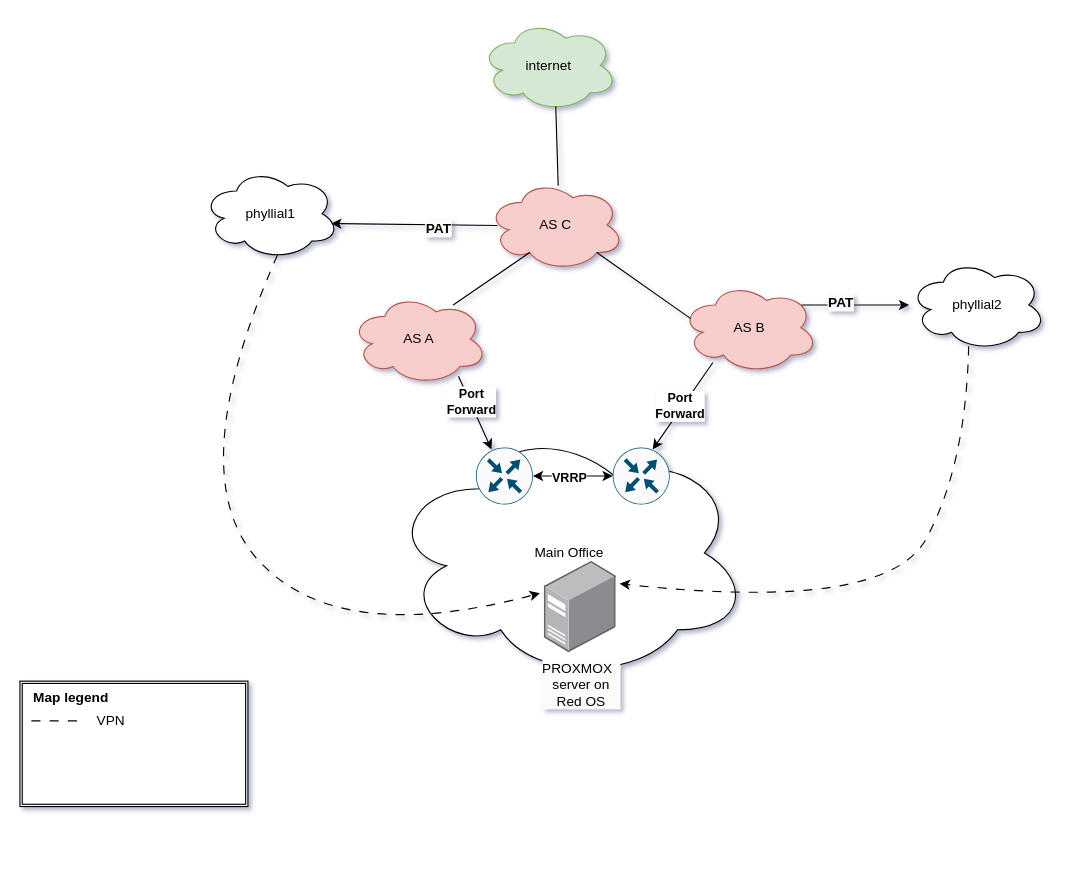
Vsevolod-Strokov/practic keeps this draw.io diagram as Предполагаемая схема.drawio. Above is the earlier version. Source tidied: cells renumbered, new cells numbered last; positions are measured from the earlier drawing's top-left corner, leaving out a move shared by most shapes. Both pictures are drawn from the tidied source at 114%, with x=0, y=0 at pixel (19, 19).
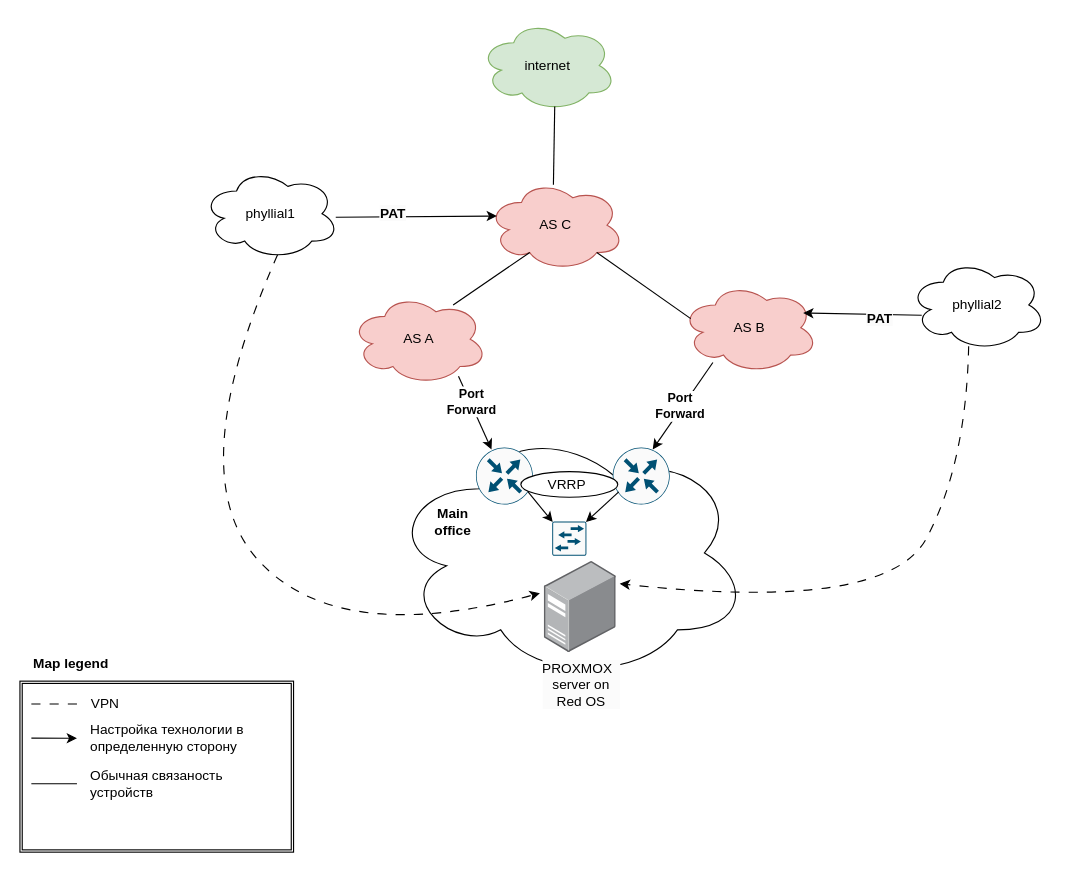
After the change.

The change refers to these unchanged cells:
```xml
<mxCell id="2" value="AS C" style="ellipse;shape=cloud;whiteSpace=wrap;html=1;fillColor=#f8cecc;strokeColor=#b85450;" parent="1" vertex="1">
  <mxGeometry x="410" y="140" width="120" height="80" as="geometry" />
</mxCell>
<mxCell id="4" value="AS B" style="ellipse;shape=cloud;whiteSpace=wrap;html=1;fillColor=#f8cecc;strokeColor=#b85450;" parent="1" vertex="1">
  <mxGeometry x="580" y="230" width="120" height="80" as="geometry" />
</mxCell>
<mxCell id="6" value="phyllial1" style="ellipse;shape=cloud;whiteSpace=wrap;html=1;" parent="1" vertex="1">
  <mxGeometry x="160" y="130" width="120" height="80" as="geometry" />
</mxCell>
<mxCell id="7" value="phyllial2" style="ellipse;shape=cloud;whiteSpace=wrap;html=1;" parent="1" vertex="1">
  <mxGeometry x="780" y="210" width="120" height="80" as="geometry" />
</mxCell>
<mxCell id="23" style="sketch=0;points=[[0.5,0,0],[1,0.5,0],[0.5,1,0],[0,0.5,0],[0.145,0.145,0],[0.8555,0.145,0],[0.855,0.8555,0],[0.145,0.855,0]];verticalLabelPosition=bottom;html=1;verticalAlign=top;align=center;shape=mxgraph.cisco19.rect;prIcon=router;fillColor=#FAFAFA;strokeColor=#005073;" parent="1" vertex="1">
  <mxGeometry x="400" y="375" width="50" height="50" as="geometry" />
</mxCell>
```

Diff of the diagram source:
```diff
@@
-<mxGraphModel shadow="1">
+<mxGraphModel>
@@
-    <mxCell id="5" value="Main Office" style="ellipse;shape=cloud;whiteSpace=wrap;html=1;" parent="1" vertex="1">
+    <mxCell id="5" style="ellipse;shape=cloud;whiteSpace=wrap;html=1;" parent="1" vertex="1">
       <mxGeometry x="323.7" y="355" width="316.3" height="225" as="geometry" />
     </mxCell>
@@
     <mxCell id="8" value="internet" style="ellipse;shape=cloud;whiteSpace=wrap;html=1;fillColor=#d5e8d4;strokeColor=#82b366;" parent="1" vertex="1">
-      <mxGeometry x="404" width="120" height="80" as="geometry" />
+      <mxGeometry x="403.1" width="120" height="80" as="geometry" />
     </mxCell>
@@
-    <mxCell id="14" style="endArrow=none;html=1;rounded=0;exitX=0.518;exitY=0.067;exitDx=0;exitDy=0;exitPerimeter=0;entryX=0.55;entryY=0.95;entryDx=0;entryDy=0;entryPerimeter=0;" parent="1" edge="1" source="2" target="8">
+    <mxCell id="14" style="endArrow=none;html=1;rounded=0;exitX=0.483;exitY=0.056;exitDx=0;exitDy=0;exitPerimeter=0;entryX=0.55;entryY=0.95;entryDx=0;entryDy=0;entryPerimeter=0;" parent="1" edge="1" source="2" target="8">
       <mxGeometry relative="1" as="geometry" />
     </mxCell>
-    <mxCell id="15" style="endArrow=classic;html=1;rounded=0;entryX=0.942;entryY=0.608;entryDx=0;entryDy=0;entryPerimeter=0;exitX=0.074;exitY=0.504;exitDx=0;exitDy=0;exitPerimeter=0;" parent="1" edge="1" source="2" target="6">
+    <mxCell id="15" style="endArrow=classic;html=1;rounded=0;exitX=0.975;exitY=0.538;exitDx=0;exitDy=0;exitPerimeter=0;entryX=0.07;entryY=0.4;entryDx=0;entryDy=0;entryPerimeter=0;" parent="1" edge="1" source="6" target="2">
       <mxGeometry relative="1" as="geometry" />
     </mxCell>
@@
-    <mxCell id="17" style="endArrow=classic;html=1;rounded=0;exitX=0.88;exitY=0.25;exitDx=0;exitDy=0;exitPerimeter=0;fontStyle=1;" parent="1" edge="1" source="4" target="7">
+    <mxCell id="17" style="endArrow=classic;html=1;rounded=0;exitX=0.092;exitY=0.613;exitDx=0;exitDy=0;exitPerimeter=0;fontStyle=1;entryX=0.892;entryY=0.338;entryDx=0;entryDy=0;entryPerimeter=0;" parent="1" edge="1" source="7" target="4">
       <mxGeometry relative="1" as="geometry" />
     </mxCell>
@@
     <mxCell id="19" style="shape=ext;double=1;rounded=0;whiteSpace=wrap;html=1;" parent="1" vertex="1">
-      <mxGeometry y="580" width="200" height="110" as="geometry" />
+      <mxGeometry y="580" width="240" height="150" as="geometry" />
     </mxCell>
     <mxCell id="20" value="&lt;b&gt;Map legend&lt;/b&gt;" style="text;html=1;align=center;verticalAlign=middle;whiteSpace=wrap;rounded=0;" parent="1" vertex="1">
-      <mxGeometry y="580" width="90" height="30" as="geometry" />
+      <mxGeometry y="550" width="90" height="30" as="geometry" />
     </mxCell>
     <mxCell id="21" style="endArrow=none;html=1;rounded=0;dashed=1;dashPattern=8 8;" parent="1" edge="1">
       <mxGeometry relative="1" as="geometry">
-        <mxPoint x="10" y="614.9" as="sourcePoint" />
-        <mxPoint x="50" y="614.9" as="targetPoint" />
+        <mxPoint x="10" y="600" as="sourcePoint" />
+        <mxPoint x="50" y="600" as="targetPoint" />
       </mxGeometry>
     </mxCell>
     <mxCell id="22" value="VPN" style="text;html=1;align=center;verticalAlign=middle;whiteSpace=wrap;rounded=0;" parent="1" vertex="1">
-      <mxGeometry x="50" y="600" width="60" height="30" as="geometry" />
+      <mxGeometry x="60" y="590" width="30" height="20" as="geometry" />
     </mxCell>
@@
-    <mxCell id="24" style="sketch=0;points=[[0.5,0,0],[1,0.5,0],[0.5,1,0],[0,0.5,0],[0.145,0.145,0],[0.8555,0.145,0],[0.855,0.8555,0],[0.145,0.855,0]];verticalLabelPosition=bottom;html=1;verticalAlign=top;align=center;shape=mxgraph.cisco19.rect;prIcon=router;fillColor=#FAFAFA;strokeColor=#005073;" parent="1" vertex="1">
-      <mxGeometry x="520" y="375" width="50" height="50" as="geometry" />
-    </mxCell>
@@
+    <mxCell id="24" style="sketch=0;points=[[0.5,0,0],[1,0.5,0],[0.5,1,0],[0,0.5,0],[0.145,0.145,0],[0.8555,0.145,0],[0.855,0.8555,0],[0.145,0.855,0]];verticalLabelPosition=bottom;html=1;verticalAlign=top;align=center;shape=mxgraph.cisco19.rect;prIcon=router;fillColor=#FAFAFA;strokeColor=#005073;" parent="1" vertex="1">
+      <mxGeometry x="520" y="375" width="50" height="50" as="geometry" />
+    </mxCell>
@@
-    <mxCell id="29" style="endArrow=classic;startArrow=classic;html=1;rounded=0;entryX=0;entryY=0.5;entryDx=0;entryDy=0;entryPerimeter=0;exitX=1;exitY=0.5;exitDx=0;exitDy=0;exitPerimeter=0;" parent="1" edge="1" source="23" target="24">
-      <mxGeometry relative="1" as="geometry" />
-    </mxCell>
+    <mxCell id="31" style="endArrow=classic;html=1;rounded=0;" parent="1" edge="1">
+      <mxGeometry relative="1" as="geometry">
+        <mxPoint x="10" y="630" as="sourcePoint" />
+        <mxPoint x="50" y="630.1" as="targetPoint" />
+      </mxGeometry>
+    </mxCell>
+    <mxCell id="32" value="Настройка технологии в определенную сторону" style="text;html=1;align=left;verticalAlign=middle;whiteSpace=wrap;rounded=0;" parent="1" vertex="1">
+      <mxGeometry x="60" y="610" width="140" height="40" as="geometry" />
+    </mxCell>
+    <mxCell id="33" style="endArrow=none;html=1;rounded=0;" parent="1" edge="1">
+      <mxGeometry relative="1" as="geometry">
+        <mxPoint x="10" y="670" as="sourcePoint" />
+        <mxPoint x="50" y="670" as="targetPoint" />
+      </mxGeometry>
+    </mxCell>
+    <mxCell id="34" value="Обычная связаность устройств" style="text;html=1;align=left;verticalAlign=middle;whiteSpace=wrap;rounded=0;" parent="1" vertex="1">
+      <mxGeometry x="60" y="650" width="140" height="40" as="geometry" />
+    </mxCell>
+    <mxCell id="35" style="sketch=0;points=[[0.015,0.015,0],[0.985,0.015,0],[0.985,0.985,0],[0.015,0.985,0],[0.25,0,0],[0.5,0,0],[0.75,0,0],[1,0.25,0],[1,0.5,0],[1,0.75,0],[0.75,1,0],[0.5,1,0],[0.25,1,0],[0,0.75,0],[0,0.5,0],[0,0.25,0]];verticalLabelPosition=bottom;html=1;verticalAlign=top;align=center;shape=mxgraph.cisco19.rect;prIcon=l2_switch;fillColor=#FAFAFA;strokeColor=#005073;" parent="1" vertex="1">
+      <mxGeometry x="466.9" y="440" width="30" height="30" as="geometry" />
+    </mxCell>
+    <mxCell id="36" style="ellipse;whiteSpace=wrap;html=1;" parent="1" vertex="1">
+      <mxGeometry x="439.4" y="396.2" width="85" height="22.5" as="geometry" />
+    </mxCell>
+    <mxCell id="37" style="endArrow=classic;html=1;rounded=0;entryX=0.015;entryY=0.015;entryDx=0;entryDy=0;entryPerimeter=0;exitX=0.914;exitY=0.78;exitDx=0;exitDy=0;exitPerimeter=0;" parent="1" edge="1" source="23" target="35">
+      <mxGeometry relative="1" as="geometry" />
+    </mxCell>
+    <mxCell id="38" style="endArrow=classic;html=1;rounded=0;entryX=0.985;entryY=0.015;entryDx=0;entryDy=0;entryPerimeter=0;exitX=0.105;exitY=0.78;exitDx=0;exitDy=0;exitPerimeter=0;" parent="1" edge="1" source="24" target="35">
+      <mxGeometry relative="1" as="geometry" />
+    </mxCell>
-    <mxCell id="30" value="&lt;b&gt;VRRP&lt;/b&gt;" style="edgeLabel;html=1;align=center;verticalAlign=middle;" parent="29" vertex="1">
-      <mxGeometry x="-0.11" y="-1" relative="1" as="geometry" />
+    <mxCell id="30" value="VRRP" style="text;html=1;align=center;verticalAlign=middle;whiteSpace=wrap;rounded=0;" parent="1" vertex="1">
+      <mxGeometry x="460" y="400" width="40" height="15" as="geometry" />
     </mxCell>
+    <mxCell id="39" value="&lt;b&gt;Main office&lt;/b&gt;" style="text;html=1;align=center;verticalAlign=middle;whiteSpace=wrap;rounded=0;" parent="1" vertex="1">
+      <mxGeometry x="350" y="425" width="60" height="30" as="geometry" />
+    </mxCell>
```
